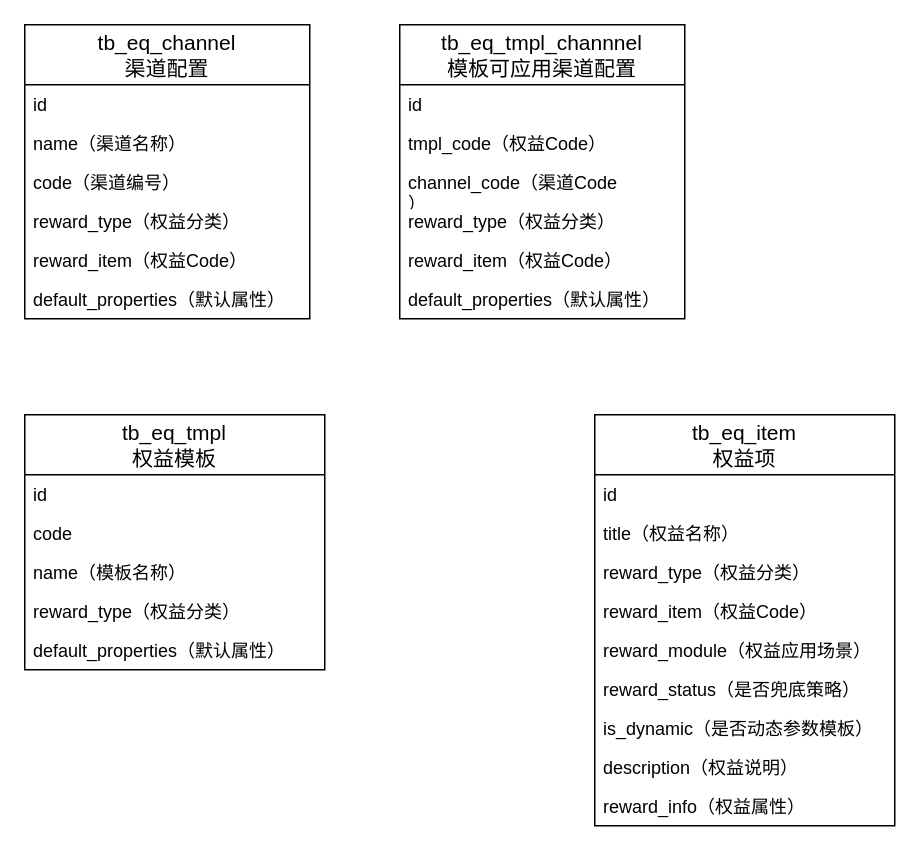
The draw.io diagram page "ER图" (3 of 3) of 权益中心.drawio in jon-kong/draw.io, before the edit. Source tidied: cells renumbered, new cells numbered last; positions are measured from the earlier drawing's top-left corner, leaving out a move shared by most shapes. Both pictures are drawn from the tidied source at 150%, with x=0, y=0 at pixel (24, 24).
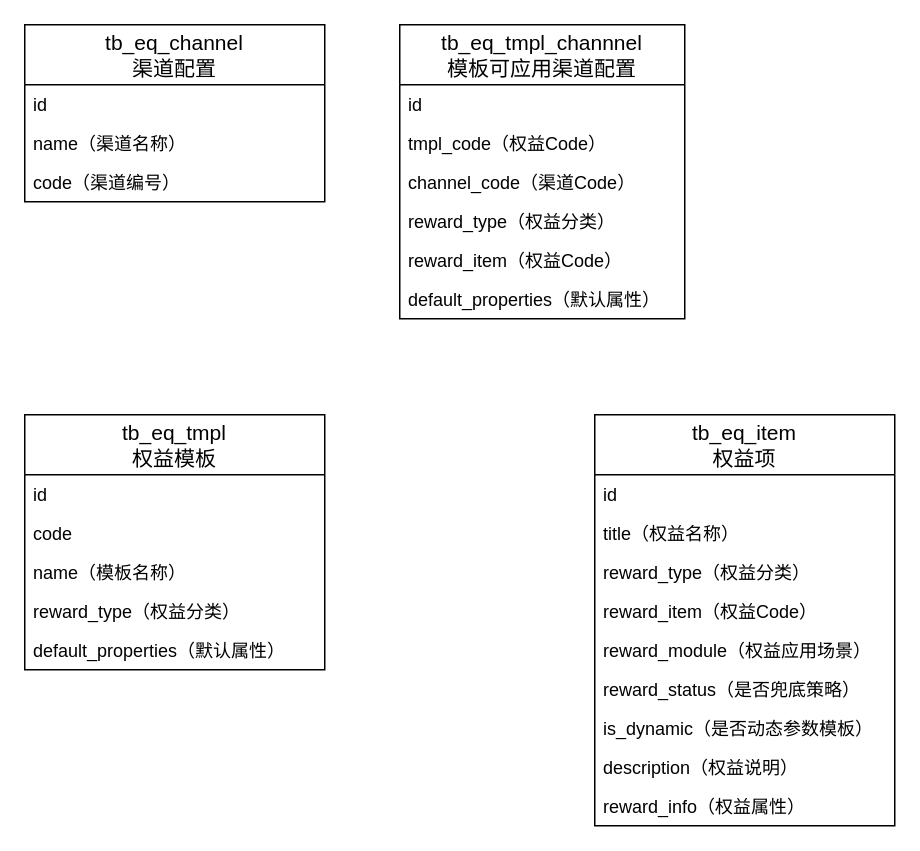
Above is the later version.

Unchanged cells that the change refers to:
```xml
<mxCell id="25" value="tb_eq_tmpl_channnel&#10;模板可应用渠道配置" style="swimlane;fontStyle=0;horizontal=1;startSize=40;align=center;fontSize=14;" parent="1" vertex="1">
  <mxGeometry x="250" width="190" height="196" as="geometry" />
</mxCell>
```

Diff of the diagram source:
```diff
@@
     <mxCell id="2" value="tb_eq_channel&#10;渠道配置" style="swimlane;fontStyle=0;horizontal=1;startSize=40;align=center;fontSize=14;" parent="1" vertex="1">
-      <mxGeometry width="190" height="196" as="geometry" />
+      <mxGeometry width="200" height="118" as="geometry" />
     </mxCell>
     <mxCell id="3" value="id" style="text;strokeColor=none;fillColor=none;spacingLeft=4;spacingRight=4;overflow=hidden;fontSize=12;" parent="2" vertex="1">
-      <mxGeometry y="40" width="190" height="26" as="geometry" />
+      <mxGeometry y="40" width="200" height="26" as="geometry" />
     </mxCell>
     <mxCell id="4" value="name（渠道名称）" style="text;strokeColor=none;fillColor=none;spacingLeft=4;spacingRight=4;overflow=hidden;fontSize=12;" parent="2" vertex="1">
-      <mxGeometry y="66" width="190" height="26" as="geometry" />
+      <mxGeometry y="66" width="200" height="26" as="geometry" />
     </mxCell>
     <mxCell id="5" value="code（渠道编号）" style="text;strokeColor=none;fillColor=none;spacingLeft=4;spacingRight=4;overflow=hidden;fontSize=12;" parent="2" vertex="1">
-      <mxGeometry y="92" width="190" height="26" as="geometry" />
+      <mxGeometry y="92" width="200" height="26" as="geometry" />
     </mxCell>
-    <mxCell id="6" value="reward_type（权益分类）" style="text;strokeColor=none;fillColor=none;spacingLeft=4;spacingRight=4;overflow=hidden;fontSize=12;" parent="2" vertex="1">
-      <mxGeometry y="118" width="190" height="26" as="geometry" />
-    </mxCell>
-    <mxCell id="7" value="reward_item（权益Code）" style="text;strokeColor=none;fillColor=none;spacingLeft=4;spacingRight=4;overflow=hidden;fontSize=12;" parent="2" vertex="1">
-      <mxGeometry y="144" width="190" height="26" as="geometry" />
-    </mxCell>
-    <mxCell id="8" value="default_properties（默认属性）" style="text;strokeColor=none;fillColor=none;spacingLeft=4;spacingRight=4;overflow=hidden;fontSize=12;fontColor=#000000;" parent="2" vertex="1">
-      <mxGeometry y="170" width="190" height="26" as="geometry" />
-    </mxCell>
@@
-    <mxCell id="28" value="channel_code（渠道Code&#10;）" style="text;strokeColor=none;fillColor=none;spacingLeft=4;spacingRight=4;overflow=hidden;fontSize=12;" parent="25" vertex="1">
+    <mxCell id="28" value="channel_code（渠道Code）" style="text;strokeColor=none;fillColor=none;spacingLeft=4;spacingRight=4;overflow=hidden;fontSize=12;" parent="25" vertex="1">
       <mxGeometry y="92" width="190" height="26" as="geometry" />
     </mxCell>
```
